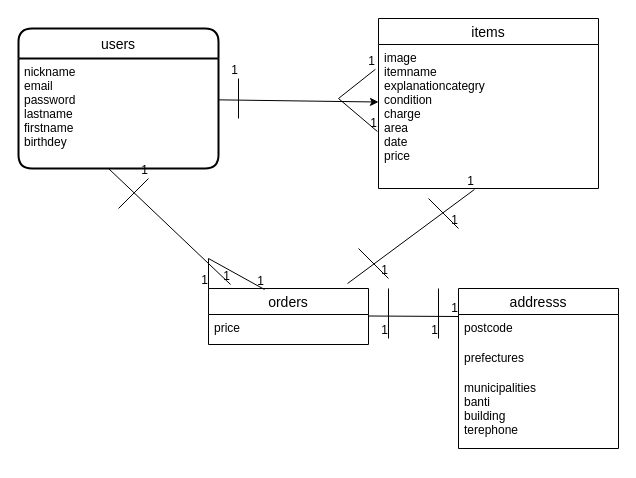
Above: test.dio in kutidake/furima-36688 (draw.io), before the change. Source tidied: cells renumbered, new cells numbered last; positions are measured from the earlier drawing's top-left corner, leaving out a move shared by most shapes. Both pictures are drawn from the tidied source at 100%, with x=0, y=0 at pixel (18, 18).
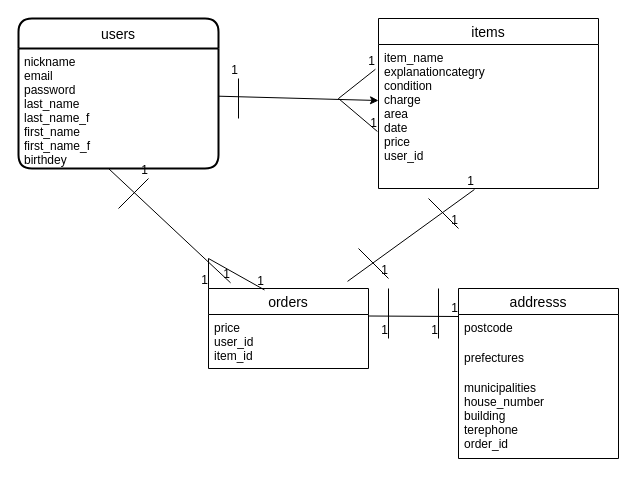
Above is the later version.

The change refers to these unchanged cells:
```xml
<mxCell id="5" value="items" style="swimlane;fontStyle=0;horizontal=1;startSize=26;align=center;fontSize=14;" parent="1" vertex="1">
  <mxGeometry x="360" width="220" height="170" as="geometry" />
</mxCell>
```

What changed in the source:
```diff
@@
     <mxCell id="3" value="users" style="swimlane;horizontal=1;startSize=30;rounded=1;fontSize=14;fontStyle=0;strokeWidth=2;shadow=0;dashed=0;align=center;" parent="1" vertex="1">
-      <mxGeometry y="10" width="200" height="140" as="geometry" />
+      <mxGeometry width="200" height="150" as="geometry" />
     </mxCell>
-    <mxCell id="4" value="nickname&#10;email&#10;password&#10;lastname&#10;firstname&#10;birthdey" style="align=left;strokeColor=none;fillColor=none;spacingLeft=4;fontSize=12;verticalAlign=top;" parent="3" vertex="1">
-      <mxGeometry y="30" width="200" height="110" as="geometry" />
+    <mxCell id="4" value="nickname&#10;email&#10;password&#10;last_name&#10;last_name_f&#10;first_name&#10;first_name_f&#10;birthdey" style="align=left;strokeColor=none;fillColor=none;spacingLeft=4;fontSize=12;verticalAlign=top;" parent="3" vertex="1">
+      <mxGeometry y="30" width="200" height="120" as="geometry" />
     </mxCell>
@@
-    <mxCell id="6" value="image&#10;itemname&#10;explanationcategry&#10;condition&#10;charge&#10;area&#10;date&#10;price" style="text;strokeColor=none;fillColor=none;spacingLeft=4;spacingRight=4;overflow=hidden;points=[[0,0.5],[1,0.5]];portConstraint=eastwest;fontSize=12;" parent="5" vertex="1">
+    <mxCell id="6" value="item_name&#10;explanationcategry&#10;condition&#10;charge&#10;area&#10;date&#10;price&#10;user_id" style="text;strokeColor=none;fillColor=none;spacingLeft=4;spacingRight=4;overflow=hidden;points=[[0,0.5],[1,0.5]];portConstraint=eastwest;fontSize=12;" parent="5" vertex="1">
       <mxGeometry y="26" width="220" height="144" as="geometry" />
     </mxCell>
@@
     <mxCell id="13" value="orders" style="swimlane;fontStyle=0;horizontal=1;startSize=26;align=center;fontSize=14;" parent="1" vertex="1">
-      <mxGeometry x="190" y="270" width="160" height="56" as="geometry" />
+      <mxGeometry x="190" y="270" width="160" height="80" as="geometry" />
     </mxCell>
-    <mxCell id="14" value="price" style="text;strokeColor=none;fillColor=none;spacingLeft=4;spacingRight=4;overflow=hidden;fontSize=12;" parent="13" vertex="1">
-      <mxGeometry y="26" width="160" height="30" as="geometry" />
+    <mxCell id="14" value="price&#10;user_id&#10;item_id" style="text;strokeColor=none;fillColor=none;spacingLeft=4;spacingRight=4;overflow=hidden;fontSize=12;" parent="13" vertex="1">
+      <mxGeometry y="26" width="160" height="54" as="geometry" />
     </mxCell>
     <mxCell id="15" value="addresss" style="swimlane;fontStyle=0;horizontal=1;startSize=26;align=center;fontSize=14;" parent="1" vertex="1">
-      <mxGeometry x="440" y="270" width="160" height="160" as="geometry" />
+      <mxGeometry x="440" y="270" width="160" height="170" as="geometry" />
     </mxCell>
@@
-    <mxCell id="18" value="municipalities&#10;banti&#10;building&#10;terephone" style="text;strokeColor=none;fillColor=none;spacingLeft=4;spacingRight=4;overflow=hidden;fontSize=12;" parent="15" vertex="1">
-      <mxGeometry y="86" width="160" height="74" as="geometry" />
+    <mxCell id="18" value="municipalities&#10;house_number&#10;building&#10;terephone&#10;order_id" style="text;strokeColor=none;fillColor=none;spacingLeft=4;spacingRight=4;overflow=hidden;fontSize=12;" parent="15" vertex="1">
+      <mxGeometry y="86" width="160" height="84" as="geometry" />
     </mxCell>
```
